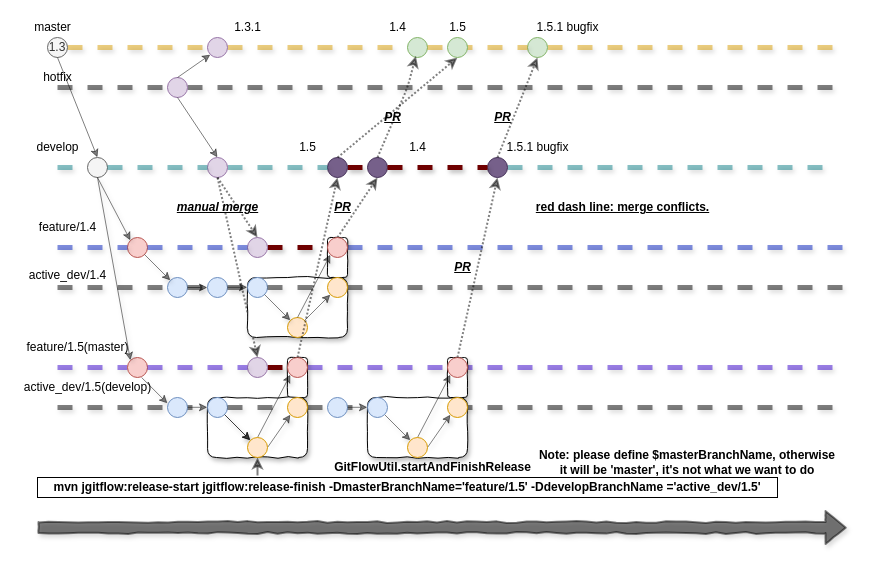
Before: page "Page-2" (2 of 2) of Untitled Diagram.drawio in anoyo-lin/domain-cdn-learning, a draw.io diagram. Source tidied: cells renumbered, new cells numbered last; positions are measured from the earlier drawing's top-left corner, leaving out a move shared by most shapes. Both pictures are drawn from the tidied source at 100%, with x=0, y=0 at pixel (17, 17).
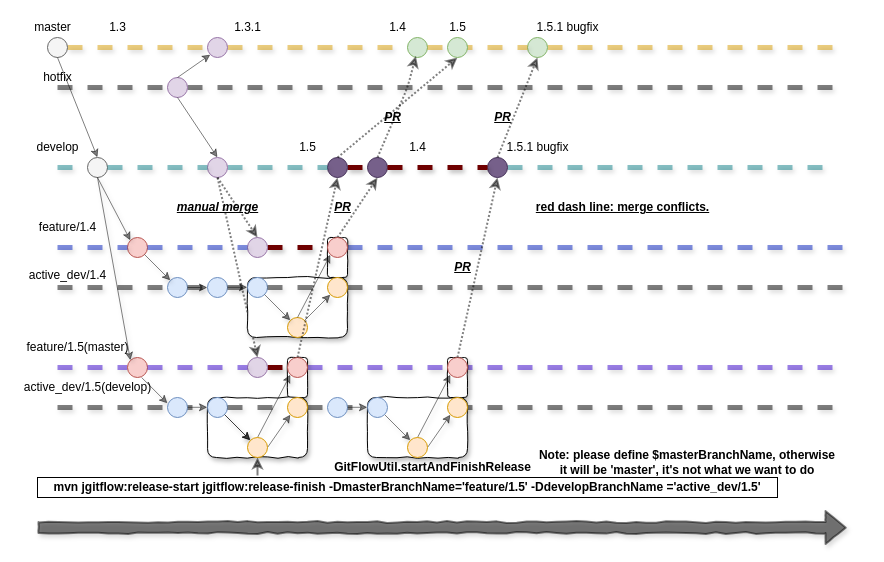
Above is the later version.

Change to the diagram source:
```diff
@@
-    <mxCell id="41" value="1.3" style="ellipse;whiteSpace=wrap;html=1;fillColor=#f5f5f5;strokeColor=#666666;fontColor=#333333;gradientColor=none;" parent="1" vertex="1">
+    <mxCell id="41" style="ellipse;whiteSpace=wrap;html=1;fillColor=#f5f5f5;strokeColor=#666666;fontColor=#333333;gradientColor=none;" parent="1" vertex="1">
       <mxGeometry x="30" y="20" width="20" height="20" as="geometry" />
     </mxCell>
@@
+    <mxCell id="131" value="1.3" style="text;html=1;align=center;verticalAlign=middle;" parent="1" vertex="1">
+      <mxGeometry x="85" width="30" height="20" as="geometry" />
+    </mxCell>
```
